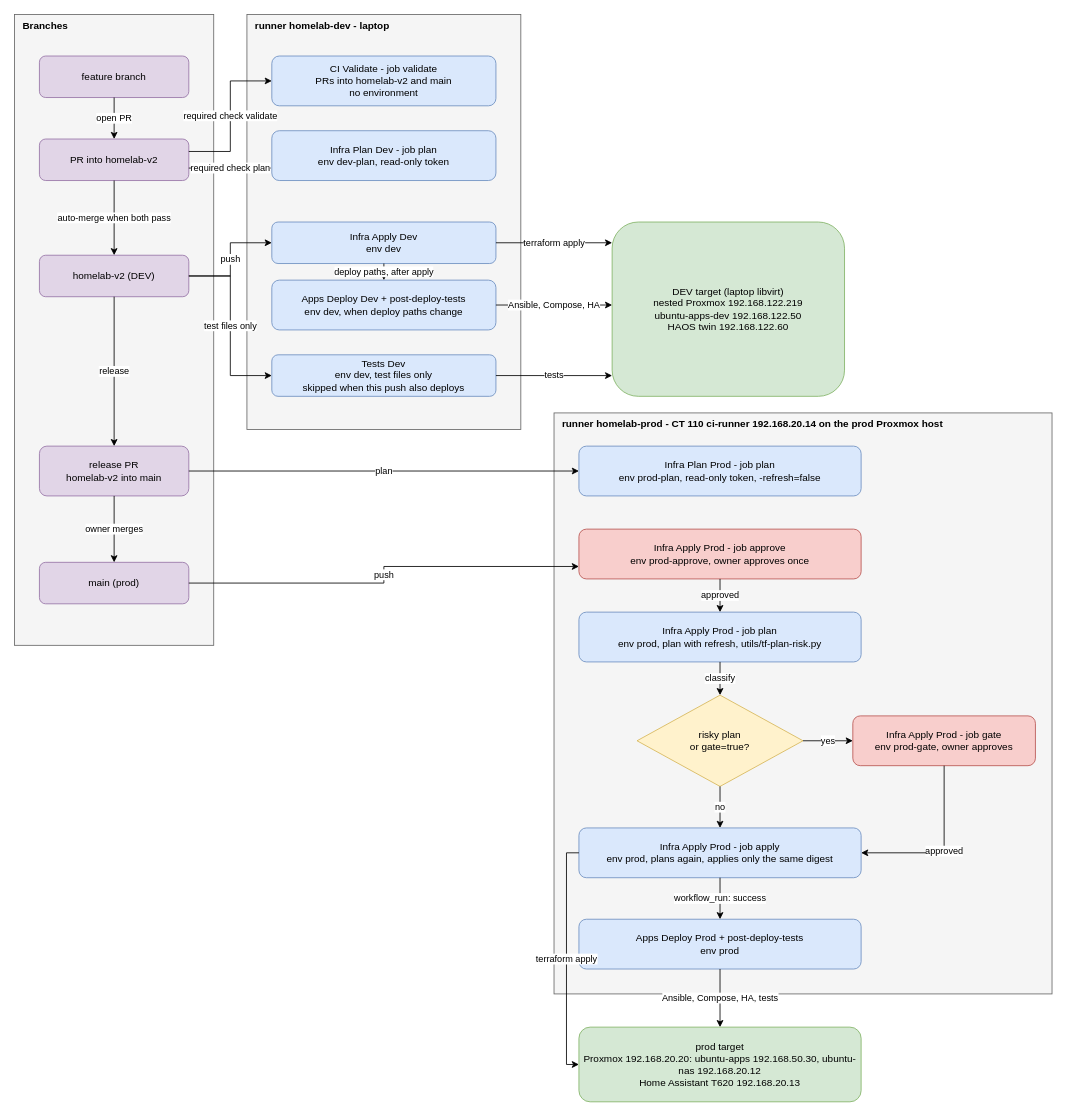
Earlier version of the draw.io diagram docs/diagrams/change-flow.drawio (DaveKadziola/homelab). Source tidied: cells renumbered, new cells numbered last; positions are measured from the earlier drawing's top-left corner, leaving out a move shared by most shapes. Both pictures are drawn from the tidied source at 83%, with x=0, y=0 at pixel (14, 14).
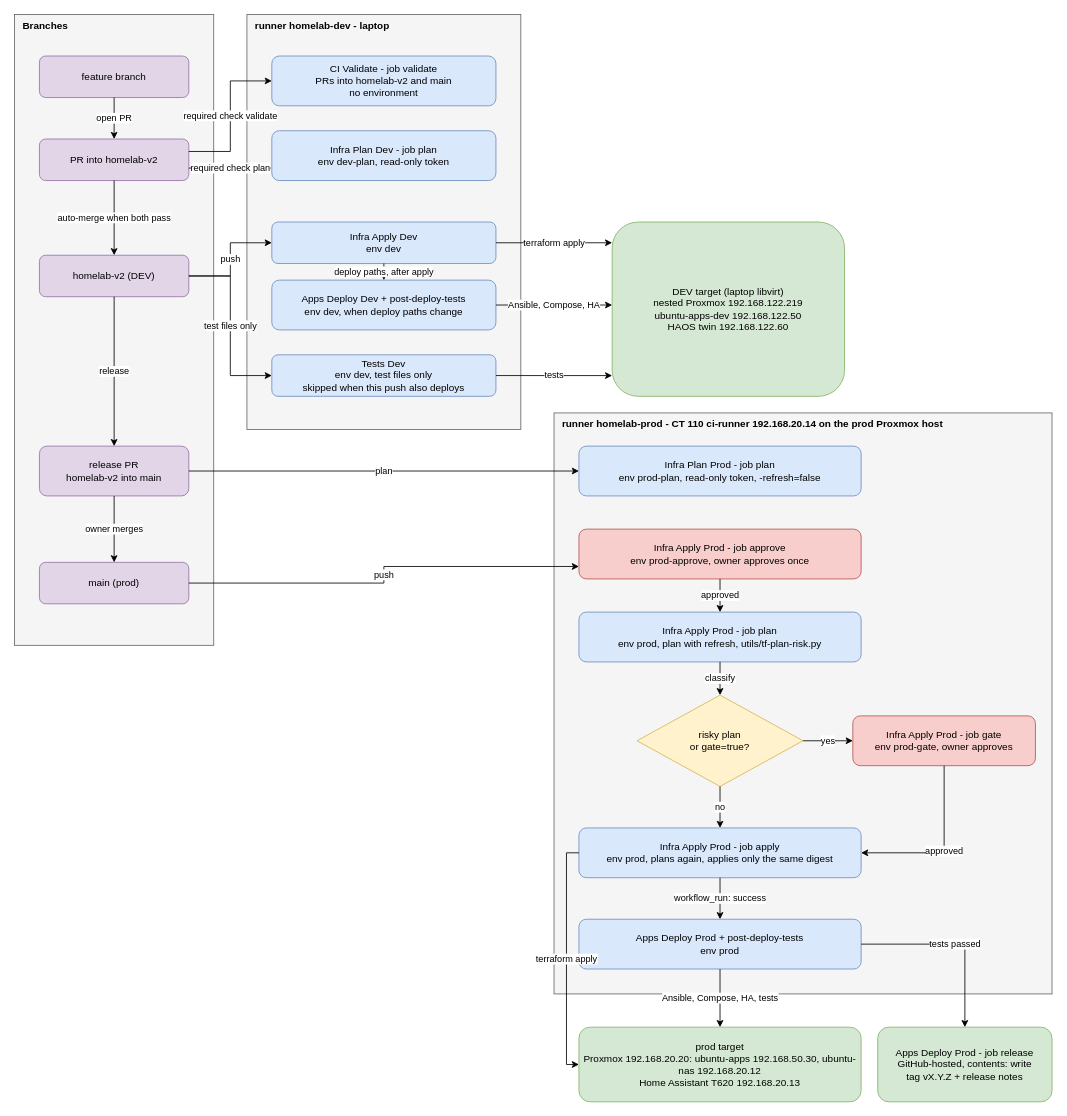
Above is the later version.

Commit message (it also covers changes not shown here):
feat(f1): tag and release after a green prod deploy

The change refers to these unchanged cells:
```xml
<mxCell id="22" value="Apps Deploy Prod + post-deploy-tests&lt;br&gt;env prod" style="rounded=1;whiteSpace=wrap;html=1;fillColor=#dae8fc;strokeColor=#6c8ebf;" parent="4" vertex="1">
  <mxGeometry x="30" y="610" width="340" height="60" as="geometry" />
</mxCell>
```

The edit, as a diff of the source:
```diff
@@
+    <mxCell id="46" value="Apps Deploy Prod - job release&lt;br&gt;GitHub-hosted, contents: write&lt;br&gt;tag vX.Y.Z + release notes" style="rounded=1;whiteSpace=wrap;html=1;fillColor=#d5e8d4;strokeColor=#82b366;" parent="1" vertex="1">
+      <mxGeometry x="1040" y="1220" width="210" height="90" as="geometry" />
+    </mxCell>
+    <mxCell id="47" value="tests passed" style="edgeStyle=orthogonalEdgeStyle;rounded=0;jettySize=auto;html=1;fontSize=11;exitX=1;exitY=0.5;exitDx=0;exitDy=0;entryX=0.5;entryY=0;entryDx=0;entryDy=0;" parent="1" edge="1" source="22" target="46">
+      <mxGeometry relative="1" as="geometry" />
+    </mxCell>
```
